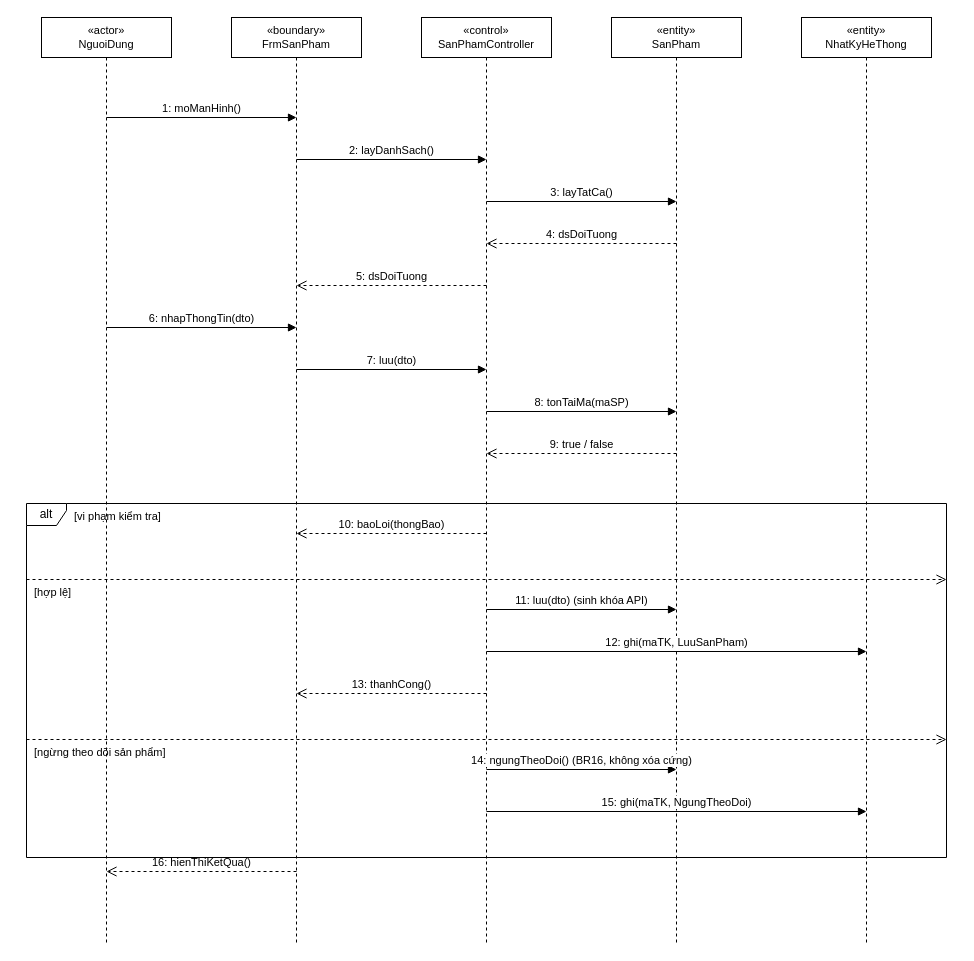
The draw.io diagram docs/diagrams/03_TuanTu/UC_GD_005_Sequence_QuanLySanPham.drawio in TranThienNhan8279/GreenDash, before the edit. Source tidied: cells renumbered, new cells numbered last; positions are measured from the earlier drawing's top-left corner, leaving out a move shared by most shapes. Both pictures are drawn from the tidied source at 100%, with x=0, y=0 at pixel (26, 17).
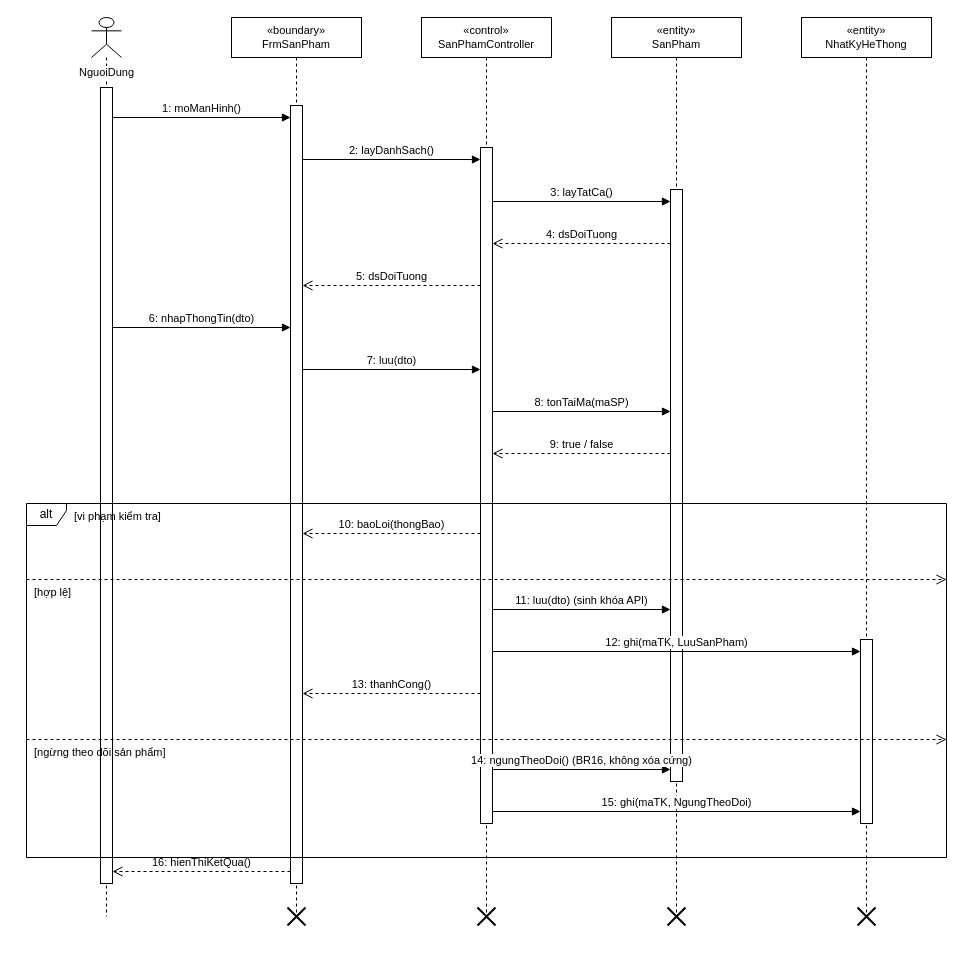
The same page after the edit.

Change to the diagram source:
```diff
@@
-    <mxCell id="2" value="«actor»&lt;br&gt;NguoiDung" style="shape=umlLifeline;perimeter=lifelinePerimeter;whiteSpace=wrap;html=1;fontSize=11;" parent="1" vertex="1">
-      <mxGeometry x="15" width="130" height="926" as="geometry" />
+    <mxCell id="2" value="NguoiDung" style="shape=umlLifeline;participant=umlActor;verticalAlign=top;spacingTop=42;labelBackgroundColor=#ffffff;perimeter=lifelinePerimeter;whiteSpace=nowrap;html=1;fontSize=11;" parent="1" vertex="1">
+      <mxGeometry x="65" width="30" height="899" as="geometry" />
     </mxCell>
     <mxCell id="3" value="«boundary»&lt;br&gt;FrmSanPham" style="shape=umlLifeline;perimeter=lifelinePerimeter;whiteSpace=wrap;html=1;fontSize=11;" parent="1" vertex="1">
-      <mxGeometry x="205" width="130" height="926" as="geometry" />
+      <mxGeometry x="205" width="130" height="899" as="geometry" />
     </mxCell>
     <mxCell id="4" value="«control»&lt;br&gt;SanPhamController" style="shape=umlLifeline;perimeter=lifelinePerimeter;whiteSpace=wrap;html=1;fontSize=11;" parent="1" vertex="1">
-      <mxGeometry x="395" width="130" height="926" as="geometry" />
+      <mxGeometry x="395" width="130" height="899" as="geometry" />
     </mxCell>
     <mxCell id="5" value="«entity»&lt;br&gt;SanPham" style="shape=umlLifeline;perimeter=lifelinePerimeter;whiteSpace=wrap;html=1;fontSize=11;" parent="1" vertex="1">
-      <mxGeometry x="585" width="130" height="926" as="geometry" />
+      <mxGeometry x="585" width="130" height="899" as="geometry" />
     </mxCell>
     <mxCell id="6" value="«entity»&lt;br&gt;NhatKyHeThong" style="shape=umlLifeline;perimeter=lifelinePerimeter;whiteSpace=wrap;html=1;fontSize=11;" parent="1" vertex="1">
-      <mxGeometry x="775" width="130" height="926" as="geometry" />
+      <mxGeometry x="775" width="130" height="899" as="geometry" />
     </mxCell>
+    <mxCell id="29" style="html=1;perimeter=orthogonalPerimeter;fillColor=#ffffff;strokeColor=#000000;" parent="1" vertex="1">
+      <mxGeometry x="74" y="70" width="12" height="796" as="geometry" />
+    </mxCell>
+    <mxCell id="30" style="html=1;perimeter=orthogonalPerimeter;fillColor=#ffffff;strokeColor=#000000;" parent="1" vertex="1">
+      <mxGeometry x="264" y="88" width="12" height="778" as="geometry" />
+    </mxCell>
+    <mxCell id="31" style="shape=umlDestroy;html=1;strokeWidth=2;strokeColor=#000000;" parent="1" vertex="1">
+      <mxGeometry x="261" y="890" width="18" height="18" as="geometry" />
+    </mxCell>
+    <mxCell id="32" style="html=1;perimeter=orthogonalPerimeter;fillColor=#ffffff;strokeColor=#000000;" parent="1" vertex="1">
+      <mxGeometry x="454" y="130" width="12" height="676" as="geometry" />
+    </mxCell>
+    <mxCell id="33" style="shape=umlDestroy;html=1;strokeWidth=2;strokeColor=#000000;" parent="1" vertex="1">
+      <mxGeometry x="451" y="890" width="18" height="18" as="geometry" />
+    </mxCell>
+    <mxCell id="34" style="html=1;perimeter=orthogonalPerimeter;fillColor=#ffffff;strokeColor=#000000;" parent="1" vertex="1">
+      <mxGeometry x="644" y="172" width="12" height="592" as="geometry" />
+    </mxCell>
+    <mxCell id="35" style="shape=umlDestroy;html=1;strokeWidth=2;strokeColor=#000000;" parent="1" vertex="1">
+      <mxGeometry x="641" y="890" width="18" height="18" as="geometry" />
+    </mxCell>
+    <mxCell id="36" style="html=1;perimeter=orthogonalPerimeter;fillColor=#ffffff;strokeColor=#000000;" parent="1" vertex="1">
+      <mxGeometry x="834" y="622" width="12" height="184" as="geometry" />
+    </mxCell>
+    <mxCell id="37" style="shape=umlDestroy;html=1;strokeWidth=2;strokeColor=#000000;" parent="1" vertex="1">
+      <mxGeometry x="831" y="890" width="18" height="18" as="geometry" />
+    </mxCell>
     <mxCell id="7" value="1: moManHinh()" style="html=1;verticalAlign=bottom;endArrow=block;endFill=1;" parent="1" edge="1">
       <mxGeometry relative="1" as="geometry">
-        <mxPoint x="80" y="100" as="sourcePoint" />
-        <mxPoint x="270" y="100" as="targetPoint" />
+        <mxPoint x="86" y="100" as="sourcePoint" />
+        <mxPoint x="264" y="100" as="targetPoint" />
       </mxGeometry>
     </mxCell>
     <mxCell id="8" value="2: layDanhSach()" style="html=1;verticalAlign=bottom;endArrow=block;endFill=1;" parent="1" edge="1">
       <mxGeometry relative="1" as="geometry">
-        <mxPoint x="270" y="142" as="sourcePoint" />
-        <mxPoint x="460" y="142" as="targetPoint" />
+        <mxPoint x="276" y="142" as="sourcePoint" />
+        <mxPoint x="454" y="142" as="targetPoint" />
       </mxGeometry>
     </mxCell>
     <mxCell id="9" value="3: layTatCa()" style="html=1;verticalAlign=bottom;endArrow=block;endFill=1;" parent="1" edge="1">
       <mxGeometry relative="1" as="geometry">
-        <mxPoint x="460" y="184" as="sourcePoint" />
-        <mxPoint x="650" y="184" as="targetPoint" />
+        <mxPoint x="466" y="184" as="sourcePoint" />
+        <mxPoint x="644" y="184" as="targetPoint" />
       </mxGeometry>
     </mxCell>
     <mxCell id="10" value="4: dsDoiTuong" style="html=1;verticalAlign=bottom;endArrow=open;endSize=8;dashed=1;" parent="1" edge="1">
       <mxGeometry relative="1" as="geometry">
-        <mxPoint x="650" y="226" as="sourcePoint" />
-        <mxPoint x="460" y="226" as="targetPoint" />
+        <mxPoint x="644" y="226" as="sourcePoint" />
+        <mxPoint x="466" y="226" as="targetPoint" />
       </mxGeometry>
     </mxCell>
     <mxCell id="11" value="5: dsDoiTuong" style="html=1;verticalAlign=bottom;endArrow=open;endSize=8;dashed=1;" parent="1" edge="1">
       <mxGeometry relative="1" as="geometry">
-        <mxPoint x="460" y="268" as="sourcePoint" />
-        <mxPoint x="270" y="268" as="targetPoint" />
+        <mxPoint x="454" y="268" as="sourcePoint" />
+        <mxPoint x="276" y="268" as="targetPoint" />
       </mxGeometry>
     </mxCell>
     <mxCell id="12" value="6: nhapThongTin(dto)" style="html=1;verticalAlign=bottom;endArrow=block;endFill=1;" parent="1" edge="1">
       <mxGeometry relative="1" as="geometry">
-        <mxPoint x="80" y="310" as="sourcePoint" />
-        <mxPoint x="270" y="310" as="targetPoint" />
+        <mxPoint x="86" y="310" as="sourcePoint" />
+        <mxPoint x="264" y="310" as="targetPoint" />
       </mxGeometry>
     </mxCell>
     <mxCell id="13" value="7: luu(dto)" style="html=1;verticalAlign=bottom;endArrow=block;endFill=1;" parent="1" edge="1">
       <mxGeometry relative="1" as="geometry">
-        <mxPoint x="270" y="352" as="sourcePoint" />
-        <mxPoint x="460" y="352" as="targetPoint" />
+        <mxPoint x="276" y="352" as="sourcePoint" />
+        <mxPoint x="454" y="352" as="targetPoint" />
       </mxGeometry>
     </mxCell>
     <mxCell id="14" value="8: tonTaiMa(maSP)" style="html=1;verticalAlign=bottom;endArrow=block;endFill=1;" parent="1" edge="1">
       <mxGeometry relative="1" as="geometry">
-        <mxPoint x="460" y="394" as="sourcePoint" />
-        <mxPoint x="650" y="394" as="targetPoint" />
+        <mxPoint x="466" y="394" as="sourcePoint" />
+        <mxPoint x="644" y="394" as="targetPoint" />
       </mxGeometry>
     </mxCell>
     <mxCell id="15" value="9: true / false" style="html=1;verticalAlign=bottom;endArrow=open;endSize=8;dashed=1;" parent="1" edge="1">
       <mxGeometry relative="1" as="geometry">
-        <mxPoint x="650" y="436" as="sourcePoint" />
-        <mxPoint x="460" y="436" as="targetPoint" />
+        <mxPoint x="644" y="436" as="sourcePoint" />
+        <mxPoint x="466" y="436" as="targetPoint" />
       </mxGeometry>
     </mxCell>
     <mxCell id="16" value="10: baoLoi(thongBao)" style="html=1;verticalAlign=bottom;endArrow=open;endSize=8;dashed=1;" parent="1" edge="1">
       <mxGeometry relative="1" as="geometry">
-        <mxPoint x="460" y="516" as="sourcePoint" />
-        <mxPoint x="270" y="516" as="targetPoint" />
+        <mxPoint x="454" y="516" as="sourcePoint" />
+        <mxPoint x="276" y="516" as="targetPoint" />
       </mxGeometry>
     </mxCell>
     <mxCell id="17" value="11: luu(dto)  (sinh khóa API)" style="html=1;verticalAlign=bottom;endArrow=block;endFill=1;" parent="1" edge="1">
       <mxGeometry relative="1" as="geometry">
-        <mxPoint x="460" y="592" as="sourcePoint" />
-        <mxPoint x="650" y="592" as="targetPoint" />
+        <mxPoint x="466" y="592" as="sourcePoint" />
+        <mxPoint x="644" y="592" as="targetPoint" />
       </mxGeometry>
     </mxCell>
     <mxCell id="18" value="12: ghi(maTK, LuuSanPham)" style="html=1;verticalAlign=bottom;endArrow=block;endFill=1;" parent="1" edge="1">
       <mxGeometry relative="1" as="geometry">
-        <mxPoint x="460" y="634" as="sourcePoint" />
-        <mxPoint x="840" y="634" as="targetPoint" />
+        <mxPoint x="466" y="634" as="sourcePoint" />
+        <mxPoint x="834" y="634" as="targetPoint" />
       </mxGeometry>
     </mxCell>
     <mxCell id="19" value="13: thanhCong()" style="html=1;verticalAlign=bottom;endArrow=open;endSize=8;dashed=1;" parent="1" edge="1">
       <mxGeometry relative="1" as="geometry">
-        <mxPoint x="460" y="676" as="sourcePoint" />
-        <mxPoint x="270" y="676" as="targetPoint" />
+        <mxPoint x="454" y="676" as="sourcePoint" />
+        <mxPoint x="276" y="676" as="targetPoint" />
       </mxGeometry>
     </mxCell>
     <mxCell id="20" value="14: ngungTheoDoi()  (BR16, không xóa cứng)" style="html=1;verticalAlign=bottom;endArrow=block;endFill=1;" parent="1" edge="1">
       <mxGeometry relative="1" as="geometry">
-        <mxPoint x="460" y="752" as="sourcePoint" />
-        <mxPoint x="650" y="752" as="targetPoint" />
+        <mxPoint x="466" y="752" as="sourcePoint" />
+        <mxPoint x="644" y="752" as="targetPoint" />
       </mxGeometry>
     </mxCell>
     <mxCell id="21" value="15: ghi(maTK, NgungTheoDoi)" style="html=1;verticalAlign=bottom;endArrow=block;endFill=1;" parent="1" edge="1">
       <mxGeometry relative="1" as="geometry">
-        <mxPoint x="460" y="794" as="sourcePoint" />
-        <mxPoint x="840" y="794" as="targetPoint" />
+        <mxPoint x="466" y="794" as="sourcePoint" />
+        <mxPoint x="834" y="794" as="targetPoint" />
       </mxGeometry>
     </mxCell>
     <mxCell id="22" value="16: hienThiKetQua()" style="html=1;verticalAlign=bottom;endArrow=open;endSize=8;dashed=1;" parent="1" edge="1">
       <mxGeometry relative="1" as="geometry">
-        <mxPoint x="270" y="854" as="sourcePoint" />
-        <mxPoint x="80" y="854" as="targetPoint" />
+        <mxPoint x="264" y="854" as="sourcePoint" />
+        <mxPoint x="86" y="854" as="targetPoint" />
       </mxGeometry>
     </mxCell>
```
